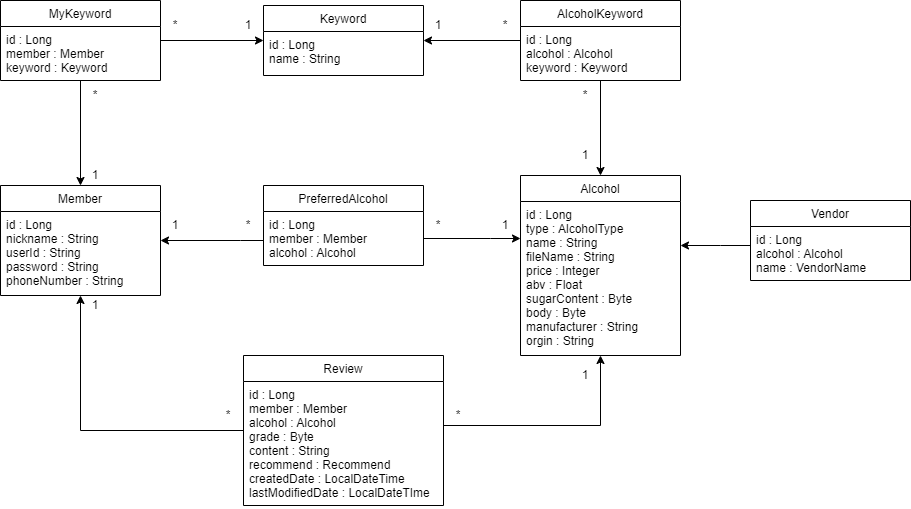
This is pyeonsool-class.png from great-sprout/PyeonSool, a draw.io export, as it was before one commit. Source tidied: cells renumbered, new cells last; positions are measured from the earlier drawing's top-left corner, leaving out a move shared by most shapes.
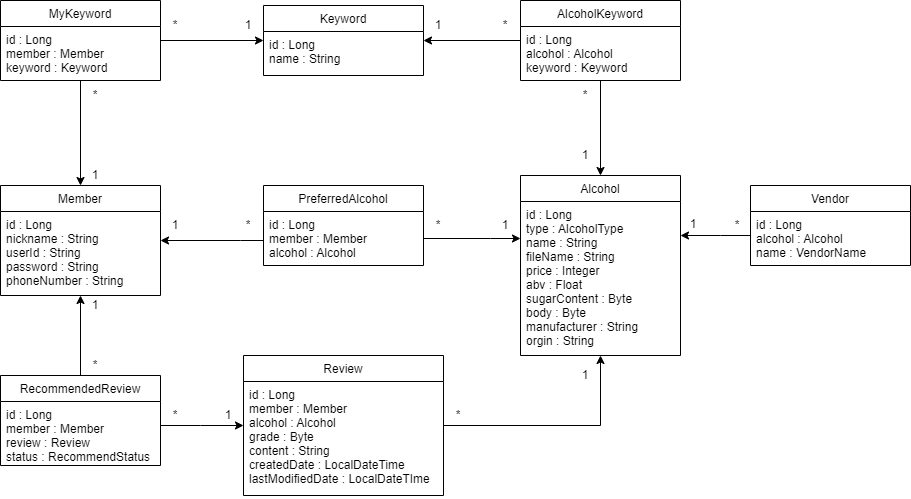
Above is the later version.

Commit message:
docs: 추천 리뷰 클래스 추가

Diff of the diagram source:
```diff
@@ -58,14 +58,11 @@
     <mxCell id="18" value="id : Long&#10;member : Member&#10;alcohol : Alcohol" style="text;align=left;verticalAlign=top;spacingLeft=4;spacingRight=4;overflow=hidden;points=[[0,0.5],[1,0.5]];portConstraint=eastwest;" parent="17" vertex="1">
       <mxGeometry y="26" width="160" height="54" as="geometry" />
     </mxCell>
-    <mxCell id="19" style="edgeStyle=orthogonalEdgeStyle;rounded=0;jettySize=auto;html=1;" parent="1" edge="1" source="20" target="2">
-      <mxGeometry relative="1" as="geometry" />
-    </mxCell>
     <mxCell id="20" value="Review" style="swimlane;fontStyle=0;align=center;verticalAlign=top;horizontal=1;startSize=26;rounded=0;shadow=0;strokeWidth=1;" parent="1" vertex="1">
-      <mxGeometry x="243" y="355" width="200" height="150" as="geometry" />
+      <mxGeometry x="243" y="355" width="200" height="140" as="geometry" />
     </mxCell>
-    <mxCell id="21" value="id : Long&#10;member : Member&#10;alcohol : Alcohol&#10;grade : Byte&#10;content : String&#10;recommend : Recommend&#10;createdDate : LocalDateTime&#10;lastModifiedDate : LocalDateTIme" style="text;align=left;verticalAlign=top;spacingLeft=4;spacingRight=4;overflow=hidden;points=[[0,0.5],[1,0.5]];portConstraint=eastwest;" parent="20" vertex="1">
-      <mxGeometry y="26" width="200" height="124" as="geometry" />
+    <mxCell id="21" value="id : Long&#10;member : Member&#10;alcohol : Alcohol&#10;grade : Byte&#10;content : String&#10;createdDate : LocalDateTime&#10;lastModifiedDate : LocalDateTIme" style="text;align=left;verticalAlign=top;spacingLeft=4;spacingRight=4;overflow=hidden;points=[[0,0.5],[1,0.5]];portConstraint=eastwest;" parent="20" vertex="1">
+      <mxGeometry y="26" width="200" height="114" as="geometry" />
     </mxCell>
     <mxCell id="22" style="edgeStyle=orthogonalEdgeStyle;rounded=0;jettySize=auto;html=1;" parent="1" edge="1" source="18" target="14">
       <mxGeometry relative="1" as="geometry">
@@ -125,13 +122,13 @@
       <mxGeometry x="233" y="215" width="30" height="20" as="geometry" />
     </mxCell>
     <mxCell id="38" value="*" style="text;html=1;strokeColor=none;fillColor=none;align=center;verticalAlign=middle;whiteSpace=wrap;rounded=0;" parent="1" vertex="1">
-      <mxGeometry x="213" y="405" width="30" height="20" as="geometry" />
+      <mxGeometry x="160" y="405" width="30" height="20" as="geometry" />
     </mxCell>
     <mxCell id="39" value="*" style="text;html=1;strokeColor=none;fillColor=none;align=center;verticalAlign=middle;whiteSpace=wrap;rounded=0;" parent="1" vertex="1">
       <mxGeometry x="443" y="405" width="30" height="20" as="geometry" />
     </mxCell>
     <mxCell id="40" value="Vendor" style="swimlane;fontStyle=0;align=center;verticalAlign=top;horizontal=1;startSize=26;rounded=0;shadow=0;strokeWidth=1;" parent="1" vertex="1">
-      <mxGeometry x="750" y="200" width="160" height="80" as="geometry" />
+      <mxGeometry x="750" y="185" width="160" height="80" as="geometry" />
     </mxCell>
     <mxCell id="41" value="id : Long&#10;alcohol : Alcohol&#10;name : VendorName" style="text;align=left;verticalAlign=top;spacingLeft=4;spacingRight=4;overflow=hidden;points=[[0,0.5],[1,0.5]];portConstraint=eastwest;" parent="40" vertex="1">
       <mxGeometry y="26" width="160" height="54" as="geometry" />
@@ -139,10 +136,39 @@
     <mxCell id="42" style="edgeStyle=orthogonalEdgeStyle;rounded=0;jettySize=auto;html=1;" parent="1" edge="1" source="41" target="14">
       <mxGeometry relative="1" as="geometry">
         <Array as="points">
-          <mxPoint x="720" y="245" />
-          <mxPoint x="720" y="245" />
+          <mxPoint x="720" y="235" />
+          <mxPoint x="720" y="235" />
         </Array>
       </mxGeometry>
     </mxCell>
+    <mxCell id="43" value="1" style="text;html=1;strokeColor=none;fillColor=none;align=center;verticalAlign=middle;whiteSpace=wrap;rounded=0;" parent="1" vertex="1">
+      <mxGeometry x="678" y="214" width="30" height="19" as="geometry" />
+    </mxCell>
+    <mxCell id="44" value="*" style="text;html=1;strokeColor=none;fillColor=none;align=center;verticalAlign=middle;whiteSpace=wrap;rounded=0;" parent="1" vertex="1">
+      <mxGeometry x="722" y="215" width="30" height="20" as="geometry" />
+    </mxCell>
+    <mxCell id="45" value="RecommendedReview" style="swimlane;fontStyle=0;align=center;verticalAlign=top;horizontal=1;startSize=26;rounded=0;shadow=0;strokeWidth=1;" parent="1" vertex="1">
+      <mxGeometry y="375" width="160" height="90" as="geometry" />
+    </mxCell>
+    <mxCell id="46" value="id : Long&#10;member : Member&#10;review : Review&#10;status : RecommendStatus" style="text;align=left;verticalAlign=top;spacingLeft=4;spacingRight=4;overflow=hidden;" parent="45" vertex="1">
+      <mxGeometry y="26" width="160" height="64" as="geometry" />
+    </mxCell>
+    <mxCell id="47" style="edgeStyle=orthogonalEdgeStyle;rounded=0;jettySize=auto;html=1;" parent="1" edge="1" source="45" target="20">
+      <mxGeometry relative="1" as="geometry">
+        <Array as="points">
+          <mxPoint x="200" y="425" />
+          <mxPoint x="200" y="425" />
+        </Array>
+      </mxGeometry>
+    </mxCell>
+    <mxCell id="48" style="edgeStyle=orthogonalEdgeStyle;rounded=0;jettySize=auto;html=1;" parent="1" edge="1" source="45" target="2">
+      <mxGeometry relative="1" as="geometry" />
+    </mxCell>
+    <mxCell id="49" value="*" style="text;html=1;strokeColor=none;fillColor=none;align=center;verticalAlign=middle;whiteSpace=wrap;rounded=0;" parent="1" vertex="1">
+      <mxGeometry x="80" y="355" width="30" height="20" as="geometry" />
+    </mxCell>
+    <mxCell id="50" value="1" style="text;html=1;strokeColor=none;fillColor=none;align=center;verticalAlign=middle;whiteSpace=wrap;rounded=0;" parent="1" vertex="1">
+      <mxGeometry x="213" y="405" width="30" height="20" as="geometry" />
+    </mxCell>
   </root>
 </mxGraphModel>
```
